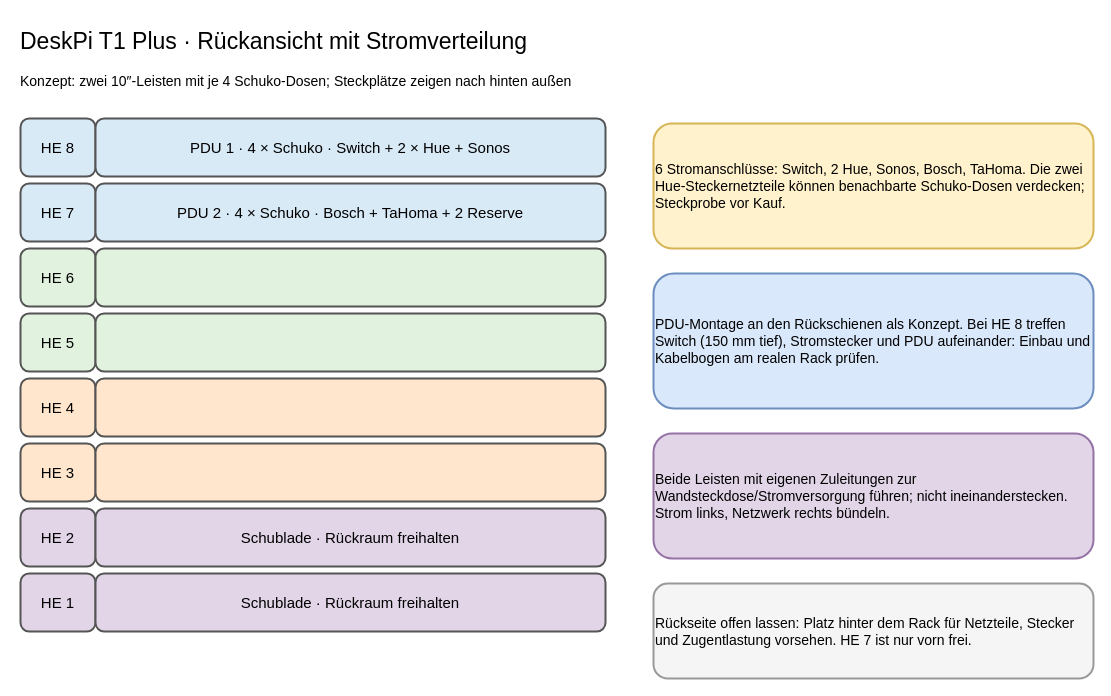
tiptronic/diagrams keeps this draw.io diagram as page "DeskPi 8 HE – Rückseite" (3 of 4) of 10-zoll-rack-planung.drawio. Above is the earlier version. Source tidied: cells renumbered, new cells numbered last; positions are measured from the earlier drawing's top-left corner, leaving out a move shared by most shapes. Both pictures are drawn from the tidied source at 100%, with x=0, y=0 at pixel (18, 18).
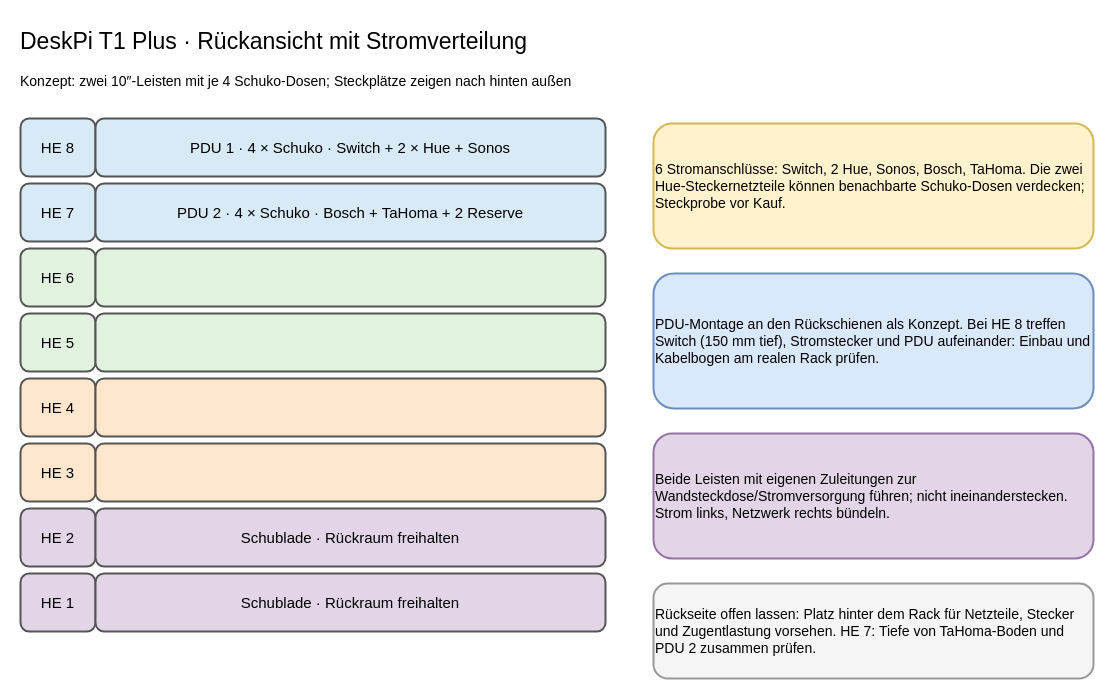
After the change.

What changed in the source:
```diff
@@
-    <mxCell id="23" value="Rückseite offen lassen: Platz hinter dem Rack für Netzteile, Stecker und Zugentlastung vorsehen. HE 7 ist nur vorn frei." style="rounded=1;whiteSpace=wrap;html=1;align=left;verticalAlign=middle;strokeWidth=2;fontSize=14;fillColor=#f5f5f5;strokeColor=#999999;" parent="1" vertex="1">
+    <mxCell id="23" value="Rückseite offen lassen: Platz hinter dem Rack für Netzteile, Stecker und Zugentlastung vorsehen. HE 7: Tiefe von TaHoma-Boden und PDU 2 zusammen prüfen." style="rounded=1;whiteSpace=wrap;html=1;align=left;verticalAlign=middle;strokeWidth=2;fontSize=14;fillColor=#f5f5f5;strokeColor=#999999;" parent="1" vertex="1">
       <mxGeometry x="635" y="565" width="440" height="95" as="geometry" />
     </mxCell>
```
